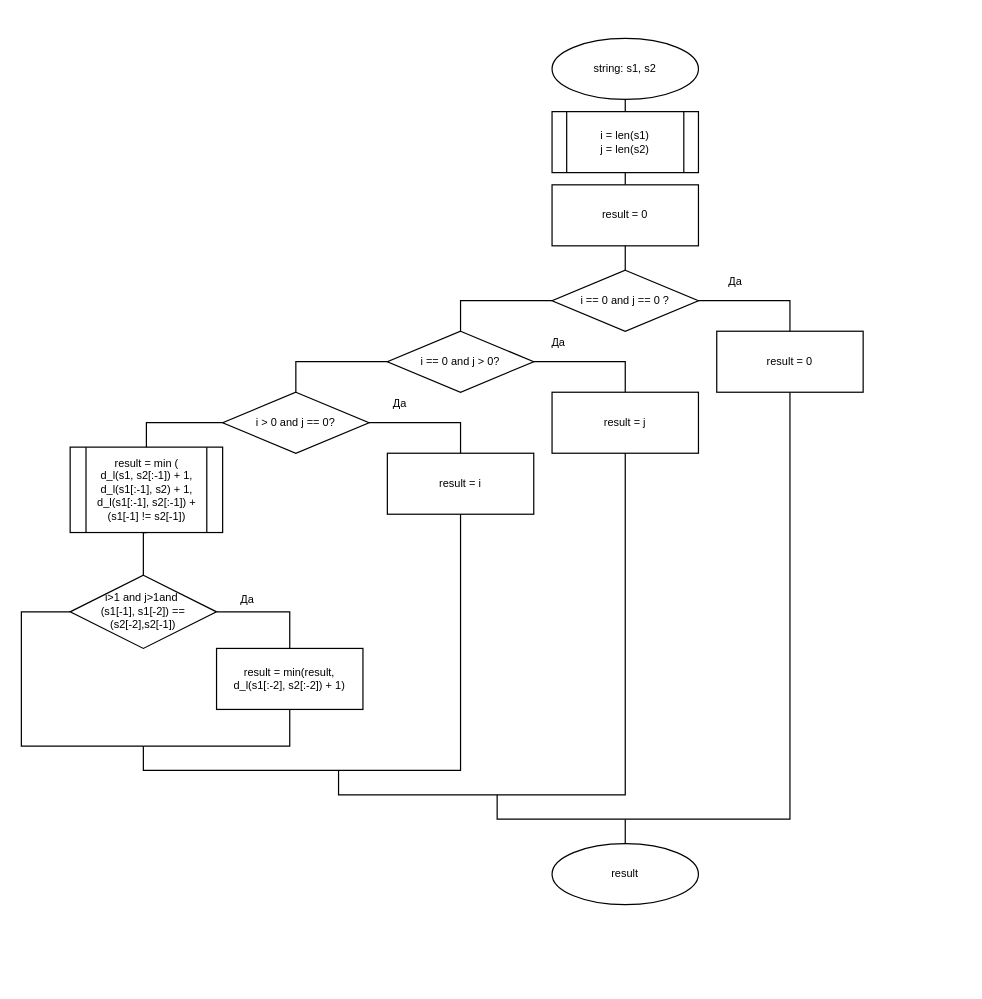
Above: page "rdl" (3 of 4) of lab_01/doc/lab_01_schema.drawio in Tulenenok/BMSTU_AA (draw.io), before the change. Source tidied: cells renumbered, new cells numbered last; positions are measured from the earlier drawing's top-left corner, leaving out a move shared by most shapes. Both pictures are drawn from the tidied source at 122%, with x=0, y=0 at pixel (21, 38).
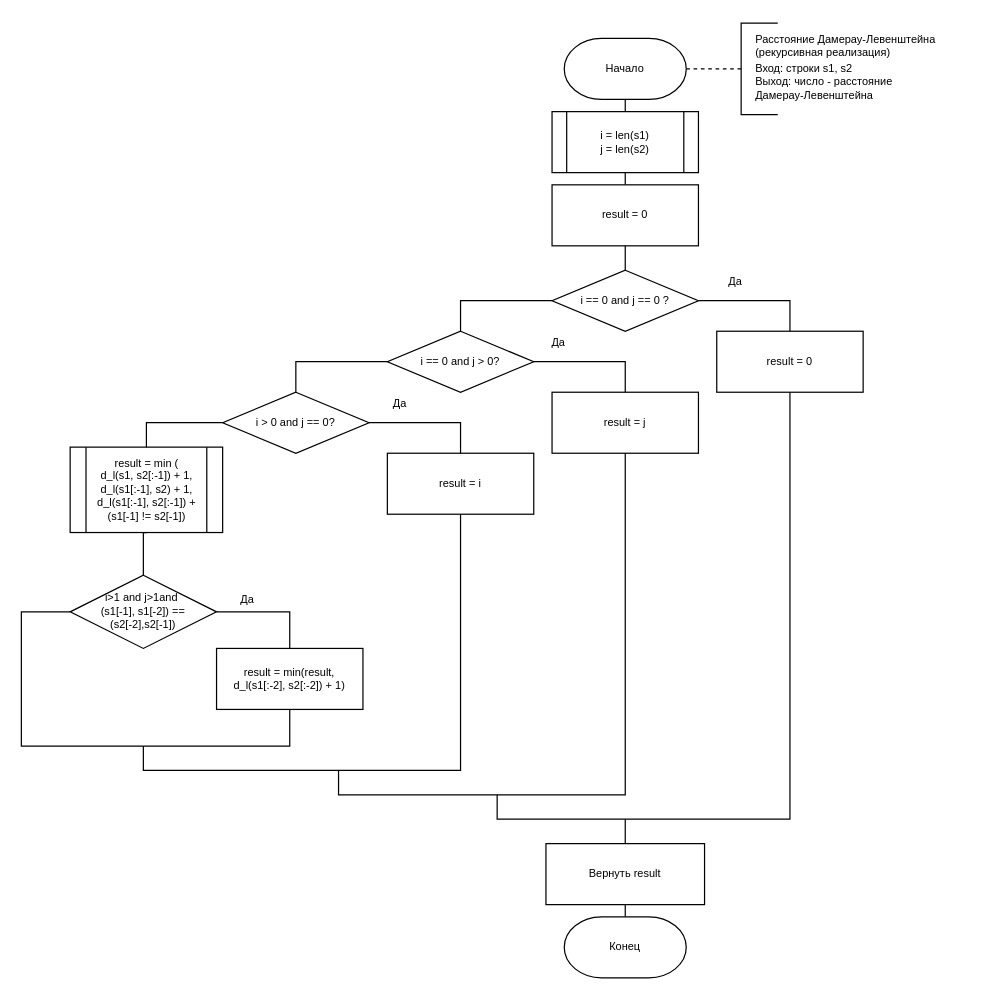
Above is the later version.

The edit, as a diff of the source:
```diff
@@
-    <mxCell id="2" value="string: s1, s2" style="ellipse;whiteSpace=wrap;html=1;fontSize=9;" parent="1" vertex="1">
-      <mxGeometry x="435" width="120" height="50" as="geometry" />
-    </mxCell>
@@
-    <mxCell id="17" value="result" style="ellipse;whiteSpace=wrap;html=1;fontSize=9;" parent="1" vertex="1">
-      <mxGeometry x="435" y="660" width="120" height="50" as="geometry" />
-    </mxCell>
@@
+    <mxCell id="37" style="edgeStyle=orthogonalEdgeStyle;rounded=0;jettySize=auto;html=1;exitX=0;exitY=0.5;exitDx=0;exitDy=0;exitPerimeter=0;entryX=1;entryY=0.5;entryDx=0;entryDy=0;entryPerimeter=0;endArrow=none;endFill=0;dashed=1;" parent="1" edge="1" source="38">
+      <mxGeometry relative="1" as="geometry">
+        <mxPoint x="545" y="25" as="targetPoint" />
+      </mxGeometry>
+    </mxCell>
+    <mxCell id="38" style="strokeWidth=1;html=1;shape=mxgraph.flowchart.annotation_1;align=left;" parent="1" vertex="1">
+      <mxGeometry x="590" y="-12.5" width="30" height="75" as="geometry" />
+    </mxCell>
+    <mxCell id="39" value="Расстояние Дамерау-Левенштейна&lt;br style=&quot;font-size: 9px;&quot;&gt;(рекурсивная реализация)" style="text;html=1;align=left;verticalAlign=middle;strokeColor=none;fillColor=none;fontSize=9;" parent="1" vertex="1">
+      <mxGeometry x="600" y="-14" width="170" height="40" as="geometry" />
+    </mxCell>
+    <mxCell id="40" value="Вход: строки s1, s2&lt;br style=&quot;font-size: 9px;&quot;&gt;&lt;div style=&quot;font-size: 9px;&quot;&gt;&lt;span style=&quot;background-color: initial; font-size: 9px;&quot;&gt;Выход: число - расстояние&amp;nbsp;&lt;/span&gt;&lt;/div&gt;&lt;div style=&quot;font-size: 9px;&quot;&gt;&lt;span style=&quot;background-color: initial; font-size: 9px;&quot;&gt;Дамерау-Левенштейна&lt;/span&gt;&lt;span style=&quot;background-color: initial; white-space: pre; font-size: 9px;&quot;&gt;&#9;&lt;span style=&quot;white-space: pre; font-size: 9px;&quot;&gt;&#9;&lt;/span&gt;&lt;/span&gt;&lt;/div&gt;&lt;span style=&quot;white-space: pre; font-size: 9px;&quot;&gt;&lt;/span&gt;" style="text;html=1;align=left;verticalAlign=middle;strokeColor=none;fillColor=none;fontSize=9;" parent="1" vertex="1">
+      <mxGeometry x="600" y="11" width="140" height="50" as="geometry" />
+    </mxCell>
+    <mxCell id="41" value="Начало" style="strokeWidth=1;html=1;shape=mxgraph.flowchart.terminator;whiteSpace=wrap;fontSize=9;" parent="1" vertex="1">
+      <mxGeometry x="445" width="100" height="50" as="geometry" />
+    </mxCell>
+    <mxCell id="42" style="edgeStyle=orthogonalEdgeStyle;rounded=0;jettySize=auto;html=1;exitX=0.5;exitY=1;exitDx=0;exitDy=0;entryX=0.5;entryY=0;entryDx=0;entryDy=0;entryPerimeter=0;fontSize=10;endArrow=none;endFill=0;" parent="1" edge="1" source="43" target="44">
+      <mxGeometry relative="1" as="geometry" />
+    </mxCell>
+    <mxCell id="43" value="Вернуть result" style="rounded=0;whiteSpace=wrap;html=1;fontSize=9;" parent="1" vertex="1">
+      <mxGeometry x="430" y="660" width="130" height="50" as="geometry" />
+    </mxCell>
+    <mxCell id="44" value="Конец" style="strokeWidth=1;html=1;shape=mxgraph.flowchart.terminator;whiteSpace=wrap;fontSize=9;" parent="1" vertex="1">
+      <mxGeometry x="445" y="720" width="100" height="50" as="geometry" />
+    </mxCell>
```
